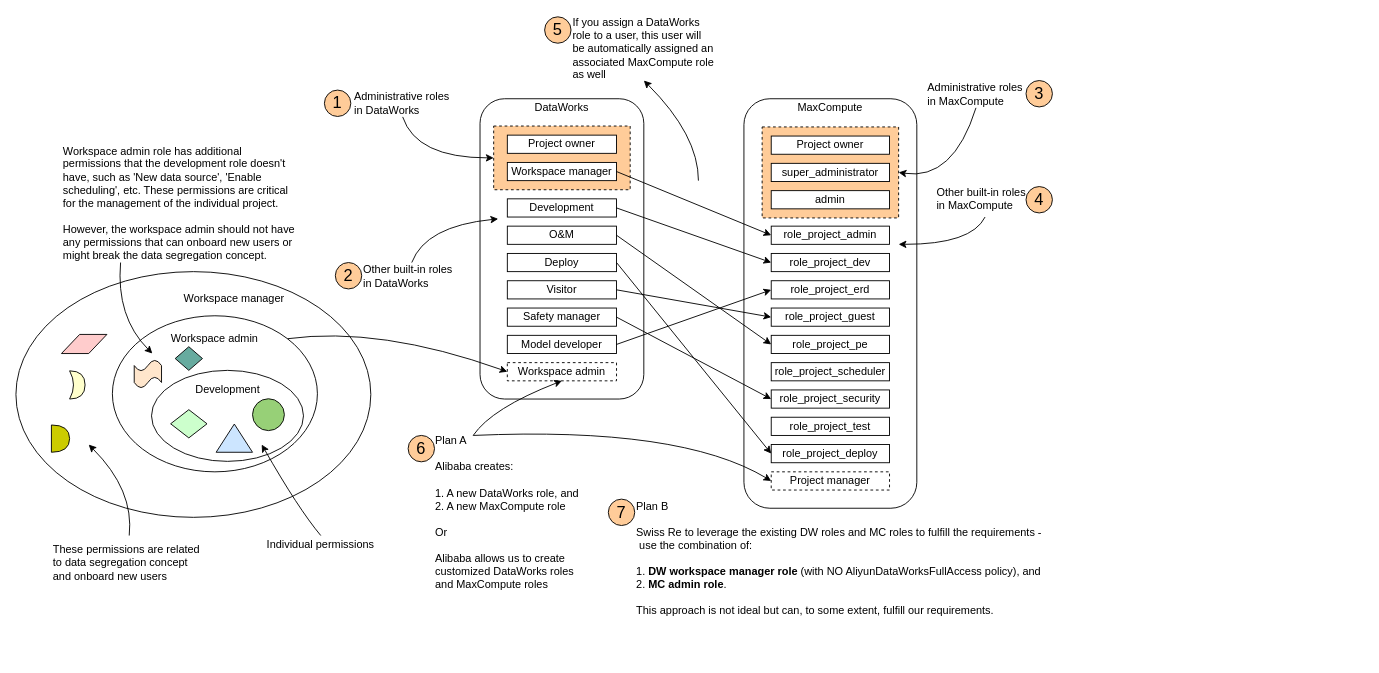
huangdgm/webstore-v2.0 keeps this draw.io diagram as user_role_model.drawio. Above is the earlier version. Source tidied: cells renumbered, new cells numbered last; positions are measured from the earlier drawing's top-left corner, leaving out a move shared by most shapes. Both pictures are drawn from the tidied source at 91%, with x=0, y=0 at pixel (15, 16).
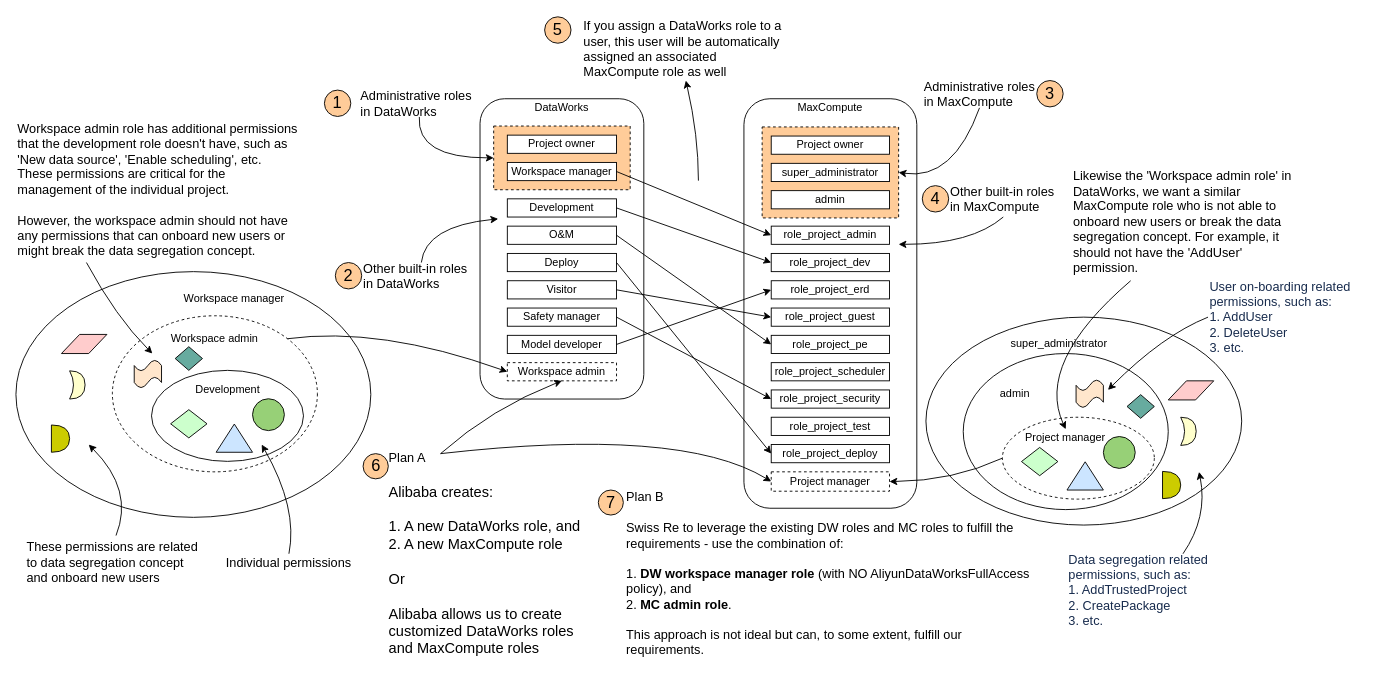
Above is the later version.

The change refers to these unchanged cells:
```xml
<mxCell id="2" style="group;" parent="1" vertex="1">
  <mxGeometry y="280" width="410" height="370" as="geometry" />
</mxCell>
<mxCell id="7" style="group;" parent="2" vertex="1">
  <mxGeometry x="106" y="48.5" width="234" height="217.5" as="geometry" />
</mxCell>
```

Diff of the diagram source:
```diff
@@
-    <mxCell id="8" style="ellipse;whiteSpace=wrap;html=1;" parent="7" vertex="1">
+    <mxCell id="8" style="ellipse;whiteSpace=wrap;html=1;dashed=1;" parent="7" vertex="1">
       <mxGeometry width="225.3" height="171.5" as="geometry" />
     </mxCell>
@@
-    <mxCell id="18" value="These permissions are related to data segregation concept and onboard new users" style="text;html=1;strokeColor=none;fillColor=none;align=left;verticalAlign=middle;whiteSpace=wrap;rounded=0;" parent="2" vertex="1">
-      <mxGeometry x="39" y="290" width="171" height="60" as="geometry" />
+    <mxCell id="18" value="&lt;font style=&quot;font-size: 14px&quot;&gt;These permissions are related to data segregation concept and onboard new users&lt;/font&gt;" style="text;html=1;strokeColor=none;fillColor=none;align=left;verticalAlign=middle;whiteSpace=wrap;rounded=0;" parent="2" vertex="1">
+      <mxGeometry x="10" y="290" width="200" height="60" as="geometry" />
     </mxCell>
@@
-    <mxCell id="20" value="Individual permissions" style="text;html=1;strokeColor=none;fillColor=none;align=center;verticalAlign=middle;whiteSpace=wrap;rounded=0;" parent="2" vertex="1">
-      <mxGeometry x="270" y="290" width="130" height="20" as="geometry" />
+    <mxCell id="20" value="&lt;font style=&quot;font-size: 14px&quot;&gt;Individual permissions&lt;/font&gt;" style="text;html=1;strokeColor=none;fillColor=none;align=center;verticalAlign=middle;whiteSpace=wrap;rounded=0;" parent="2" vertex="1">
+      <mxGeometry x="230" y="310" width="140" height="20" as="geometry" />
     </mxCell>
@@
     <mxCell id="63" style="group;" parent="1" vertex="1">
-      <mxGeometry x="339" y="80" width="141" height="30" as="geometry" />
+      <mxGeometry x="339" y="80" width="171" height="30" as="geometry" />
     </mxCell>
-    <mxCell id="64" value="Administrative roles in DataWorks" style="text;html=1;strokeColor=none;fillColor=none;align=left;verticalAlign=middle;whiteSpace=wrap;rounded=0;" parent="63" vertex="1">
-      <mxGeometry x="31" width="110" height="30" as="geometry" />
+    <mxCell id="64" value="&lt;font style=&quot;font-size: 14px&quot;&gt;Administrative roles in DataWorks&lt;/font&gt;" style="text;html=1;strokeColor=none;fillColor=none;align=left;verticalAlign=middle;whiteSpace=wrap;rounded=0;" parent="63" vertex="1">
+      <mxGeometry x="37.6" width="133.4" height="30" as="geometry" />
     </mxCell>
@@
     <mxCell id="66" style="group;" parent="1" vertex="1">
-      <mxGeometry x="351" y="270" width="139" height="30" as="geometry" />
+      <mxGeometry x="351" y="270" width="160" height="30" as="geometry" />
     </mxCell>
-    <mxCell id="67" value="Other built-in&amp;nbsp;roles in&amp;nbsp;DataWorks" style="text;html=1;strokeColor=none;fillColor=none;align=left;verticalAlign=middle;whiteSpace=wrap;rounded=0;" parent="66" vertex="1">
-      <mxGeometry x="29" width="110" height="30" as="geometry" />
+    <mxCell id="67" value="&lt;font style=&quot;font-size: 14px&quot;&gt;Other built-in&amp;nbsp;roles in&amp;nbsp;DataWorks&lt;/font&gt;" style="text;html=1;strokeColor=none;fillColor=none;align=left;verticalAlign=middle;whiteSpace=wrap;rounded=0;" parent="66" vertex="1">
+      <mxGeometry x="29" width="131" height="30" as="geometry" />
     </mxCell>
@@
     <mxCell id="69" style="group;" parent="1" vertex="1">
-      <mxGeometry x="581" width="189" height="70" as="geometry" />
+      <mxGeometry x="581" width="269" height="70" as="geometry" />
     </mxCell>
-    <mxCell id="70" value="If you assign a DataWorks role to a user, this user will be automatically assigned an associated MaxCompute role as well" style="text;html=1;strokeColor=none;fillColor=none;align=left;verticalAlign=middle;whiteSpace=wrap;rounded=0;" parent="69" vertex="1">
-      <mxGeometry x="29" width="160" height="70" as="geometry" />
+    <mxCell id="70" value="&lt;font style=&quot;font-size: 14px&quot;&gt;If you assign a DataWorks role to a user, this user will be automatically assigned an associated MaxCompute role as well&lt;/font&gt;" style="text;html=1;strokeColor=none;fillColor=none;align=left;verticalAlign=middle;whiteSpace=wrap;rounded=0;" parent="69" vertex="1">
+      <mxGeometry x="41.3" width="227.7" height="70" as="geometry" />
     </mxCell>
@@
     <mxCell id="72" style="group;" parent="1" vertex="1">
-      <mxGeometry x="1000" y="70" width="139" height="30" as="geometry" />
+      <mxGeometry x="996" y="70" width="159" height="30" as="geometry" />
     </mxCell>
-    <mxCell id="73" value="Administrative roles in MaxCompute" style="text;html=1;strokeColor=none;fillColor=none;align=left;verticalAlign=middle;whiteSpace=wrap;rounded=0;" parent="72" vertex="1">
-      <mxGeometry width="110" height="30" as="geometry" />
+    <mxCell id="73" value="&lt;font style=&quot;font-size: 14px&quot;&gt;Administrative roles in MaxCompute&lt;/font&gt;" style="text;html=1;strokeColor=none;fillColor=none;align=left;verticalAlign=middle;whiteSpace=wrap;rounded=0;" parent="72" vertex="1">
+      <mxGeometry width="125.8" height="30" as="geometry" />
     </mxCell>
     <mxCell id="74" value="&lt;font style=&quot;font-size: 18px&quot;&gt;3&lt;/font&gt;" style="ellipse;whiteSpace=wrap;html=1;fillColor=#FFCC99;" parent="72" vertex="1">
-      <mxGeometry x="110" width="29" height="29" as="geometry" />
+      <mxGeometry x="125.8" width="29" height="29" as="geometry" />
     </mxCell>
     <mxCell id="75" style="group;" parent="1" vertex="1">
-      <mxGeometry x="1010" y="180" width="129" height="40" as="geometry" />
+      <mxGeometry x="1000" y="180" width="150" height="40" as="geometry" />
     </mxCell>
-    <mxCell id="76" value="&lt;span&gt;Other built-in roles in MaxCompute&lt;/span&gt;" style="text;html=1;strokeColor=none;fillColor=none;align=left;verticalAlign=middle;whiteSpace=wrap;rounded=0;dashed=1;" parent="75" vertex="1">
-      <mxGeometry width="110" height="40" as="geometry" />
+    <mxCell id="76" value="&lt;span&gt;&lt;font style=&quot;font-size: 14px&quot;&gt;Other built-in roles in MaxCompute&lt;/font&gt;&lt;/span&gt;" style="text;html=1;strokeColor=none;fillColor=none;align=left;verticalAlign=middle;whiteSpace=wrap;rounded=0;dashed=1;" parent="75" vertex="1">
+      <mxGeometry x="25" width="120" height="40" as="geometry" />
     </mxCell>
-    <mxCell id="77" value="&lt;font style=&quot;font-size: 18px&quot;&gt;4&lt;/font&gt;" style="ellipse;whiteSpace=wrap;html=1;fillColor=#FFCC99;" parent="75" vertex="1">
-      <mxGeometry x="100" y="6.5" width="29" height="29" as="geometry" />
-    </mxCell>
     <mxCell id="78" style="group;" parent="1" vertex="1">
-      <mxGeometry x="431" y="460" width="199" height="170" as="geometry" />
+      <mxGeometry x="370" y="480" width="269" height="220" as="geometry" />
     </mxCell>
-    <mxCell id="79" value="&lt;div style=&quot;text-align: left&quot;&gt;&lt;span&gt;Plan A&lt;/span&gt;&lt;/div&gt;&lt;div style=&quot;text-align: left&quot;&gt;&lt;span&gt;&lt;br&gt;&lt;/span&gt;&lt;/div&gt;&lt;div style=&quot;text-align: left&quot;&gt;&lt;span&gt;Alibaba creates:&lt;/span&gt;&lt;/div&gt;&lt;div style=&quot;text-align: left&quot;&gt;&lt;span&gt;&lt;br&gt;&lt;/span&gt;&lt;/div&gt;&lt;div style=&quot;text-align: left&quot;&gt;&lt;span&gt;1. A new DataWorks role, and&lt;/span&gt;&lt;br&gt;&lt;span&gt;2. A new MaxCompute role&lt;/span&gt;&lt;/div&gt;&lt;div style=&quot;text-align: left&quot;&gt;&lt;span&gt;&lt;br&gt;&lt;/span&gt;&lt;/div&gt;&lt;div style=&quot;text-align: left&quot;&gt;&lt;span&gt;Or&lt;/span&gt;&lt;/div&gt;&lt;div style=&quot;text-align: left&quot;&gt;&lt;span&gt;&lt;br&gt;&lt;/span&gt;&lt;/div&gt;&lt;div style=&quot;text-align: left&quot;&gt;Alibaba allows us to create customized DataWorks roles and MaxCompute roles&lt;/div&gt;" style="text;html=1;strokeColor=none;fillColor=none;align=center;verticalAlign=middle;whiteSpace=wrap;rounded=0;dashed=1;" parent="78" vertex="1">
-      <mxGeometry x="29" width="170" height="170" as="geometry" />
+    <mxCell id="79" value="&lt;div style=&quot;text-align: left&quot;&gt;&lt;span&gt;&lt;font style=&quot;font-size: 14px&quot;&gt;Plan A&lt;/font&gt;&lt;/span&gt;&lt;/div&gt;&lt;div style=&quot;text-align: left&quot;&gt;&lt;span&gt;&lt;font size=&quot;3&quot;&gt;&lt;br&gt;&lt;/font&gt;&lt;/span&gt;&lt;/div&gt;&lt;div style=&quot;text-align: left&quot;&gt;&lt;span&gt;&lt;font size=&quot;3&quot;&gt;Alibaba creates:&lt;/font&gt;&lt;/span&gt;&lt;/div&gt;&lt;div style=&quot;text-align: left&quot;&gt;&lt;span&gt;&lt;font size=&quot;3&quot;&gt;&lt;br&gt;&lt;/font&gt;&lt;/span&gt;&lt;/div&gt;&lt;div style=&quot;text-align: left&quot;&gt;&lt;font size=&quot;3&quot;&gt;&lt;span&gt;1. A new DataWorks role, and&lt;/span&gt;&lt;br&gt;&lt;span&gt;2. A new MaxCompute role&lt;/span&gt;&lt;/font&gt;&lt;/div&gt;&lt;div style=&quot;text-align: left&quot;&gt;&lt;span&gt;&lt;font size=&quot;3&quot;&gt;&lt;br&gt;&lt;/font&gt;&lt;/span&gt;&lt;/div&gt;&lt;div style=&quot;text-align: left&quot;&gt;&lt;span&gt;&lt;font size=&quot;3&quot;&gt;Or&lt;/font&gt;&lt;/span&gt;&lt;/div&gt;&lt;div style=&quot;text-align: left&quot;&gt;&lt;span&gt;&lt;font size=&quot;3&quot;&gt;&lt;br&gt;&lt;/font&gt;&lt;/span&gt;&lt;/div&gt;&lt;div style=&quot;text-align: left&quot;&gt;&lt;font size=&quot;3&quot;&gt;Alibaba allows us to create customized DataWorks roles and MaxCompute roles&lt;/font&gt;&lt;/div&gt;" style="text;html=1;strokeColor=none;fillColor=none;align=center;verticalAlign=middle;whiteSpace=wrap;rounded=0;dashed=1;" parent="78" vertex="1">
+      <mxGeometry x="39.2" width="229.8" height="220" as="geometry" />
     </mxCell>
     <mxCell id="80" value="&lt;font style=&quot;font-size: 18px&quot;&gt;6&lt;/font&gt;" style="ellipse;whiteSpace=wrap;html=1;fillColor=#FFCC99;" parent="78" vertex="1">
-      <mxGeometry width="29" height="29" as="geometry" />
+      <mxGeometry x="11.5" width="27.7" height="27.7" as="geometry" />
     </mxCell>
-    <mxCell id="81" style="group;" parent="1" vertex="1">
-      <mxGeometry x="651" y="500" width="489" height="150" as="geometry" />
-    </mxCell>
-    <mxCell id="82" value="Project manager" style="rounded=0;whiteSpace=wrap;html=1;dashed=1;" parent="81" vertex="1">
-      <mxGeometry x="179" width="130" height="20" as="geometry" />
-    </mxCell>
-    <mxCell id="83" value="Plan B&lt;br&gt;&lt;br&gt;Swiss Re to leverage the existing DW roles and MC roles to fulfill the requirements -&amp;nbsp;use the combination of:&lt;br&gt;&lt;br&gt;1. &lt;b&gt;DW workspace manager role&lt;/b&gt; (with NO AliyunDataWorksFullAccess policy), and&amp;nbsp;&lt;br&gt;2. &lt;b&gt;MC admin role&lt;/b&gt;.&lt;br&gt;&lt;br&gt;This approach is not ideal but can, to some extent, fulfill our requirements.&amp;nbsp;" style="text;html=1;strokeColor=none;fillColor=none;align=left;verticalAlign=middle;whiteSpace=wrap;rounded=0;" parent="81" vertex="1">
-      <mxGeometry x="29" y="40" width="460" height="110" as="geometry" />
-    </mxCell>
-    <mxCell id="84" value="&lt;font style=&quot;font-size: 18px&quot;&gt;7&lt;/font&gt;" style="ellipse;whiteSpace=wrap;html=1;fillColor=#FFCC99;" parent="81" vertex="1">
-      <mxGeometry y="30" width="29" height="29" as="geometry" />
-    </mxCell>
@@
-    <mxCell id="86" value="Workspace admin role has additional permissions that the development role doesn't have, such as 'New data source', 'Enable scheduling', etc. These permissions are critical for the management of the individual project.&lt;br&gt;&lt;br&gt;However, the workspace admin should not have any permissions that can onboard new users or&lt;br&gt;might break the data segregation concept." style="text;html=1;strokeColor=none;fillColor=none;align=left;verticalAlign=middle;whiteSpace=wrap;rounded=0;" parent="1" vertex="1">
-      <mxGeometry x="50" y="140" width="260" height="130" as="geometry" />
+    <mxCell id="86" value="&lt;font style=&quot;font-size: 14px&quot;&gt;Workspace admin role has additional permissions that the development role doesn't have, such as 'New data source', 'Enable scheduling', etc. These permissions are critical for the management of the individual project.&lt;br&gt;&lt;br&gt;However, the workspace admin should not have any permissions that can onboard new users or&lt;br&gt;might break the data segregation concept.&lt;/font&gt;" style="text;html=1;strokeColor=none;fillColor=none;align=left;verticalAlign=middle;whiteSpace=wrap;rounded=0;" parent="1" vertex="1">
+      <mxGeometry y="110" width="310" height="160" as="geometry" />
     </mxCell>
@@
+    <mxCell id="88" style="group;" parent="1" vertex="1">
+      <mxGeometry x="1117" y="378.5" width="263" height="221.5" as="geometry" />
+    </mxCell>
+    <mxCell id="89" style="ellipse;whiteSpace=wrap;html=1;" parent="88" vertex="1">
+      <mxGeometry x="-117" y="-48.5" width="347" height="228.5" as="geometry" />
+    </mxCell>
+    <mxCell id="90" style="group;" parent="88" vertex="1">
+      <mxGeometry x="-76" y="-8.5" width="225.3" height="171.5" as="geometry" />
+    </mxCell>
+    <mxCell id="91" style="ellipse;whiteSpace=wrap;html=1;" parent="90" vertex="1">
+      <mxGeometry width="225.3" height="171.5" as="geometry" />
+    </mxCell>
+    <mxCell id="92" value="admin" style="text;html=1;strokeColor=none;fillColor=none;align=center;verticalAlign=middle;whiteSpace=wrap;rounded=0;" parent="90" vertex="1">
+      <mxGeometry x="29" y="35.6" width="56" height="17.2" as="geometry" />
+    </mxCell>
+    <mxCell id="93" style="shape=tape;whiteSpace=wrap;html=1;fillColor=#FFE6CC;" parent="90" vertex="1">
+      <mxGeometry x="124" y="28.7" width="30" height="31" as="geometry" />
+    </mxCell>
+    <mxCell id="94" style="ellipse;whiteSpace=wrap;html=1;fillColor=#FFFFFF;dashed=1;" parent="90" vertex="1">
+      <mxGeometry x="43" y="70" width="167" height="90" as="geometry" />
+    </mxCell>
+    <mxCell id="95" style="ellipse;whiteSpace=wrap;html=1;fillColor=#97D077;" parent="90" vertex="1">
+      <mxGeometry x="154" y="91.2" width="35" height="35" as="geometry" />
+    </mxCell>
+    <mxCell id="96" style="rhombus;whiteSpace=wrap;html=1;fillColor=#CCFFCC;" parent="90" vertex="1">
+      <mxGeometry x="64" y="103.2" width="40" height="31" as="geometry" />
+    </mxCell>
+    <mxCell id="97" value="Project manager" style="text;html=1;strokeColor=none;fillColor=none;align=center;verticalAlign=middle;whiteSpace=wrap;rounded=0;" parent="90" vertex="1">
+      <mxGeometry x="64.4" y="83.2" width="96.5" height="20" as="geometry" />
+    </mxCell>
+    <mxCell id="98" style="rhombus;whiteSpace=wrap;html=1;fillColor=#67AB9F;" parent="90" vertex="1">
+      <mxGeometry x="180" y="45.2" width="30" height="26" as="geometry" />
+    </mxCell>
+    <mxCell id="99" style="shape=parallelogram;perimeter=parallelogramPerimeter;whiteSpace=wrap;html=1;fixedSize=1;fillColor=#FFCCCC;" parent="88" vertex="1">
+      <mxGeometry x="149.3" y="21.5" width="50" height="21" as="geometry" />
+    </mxCell>
+    <mxCell id="100" style="shape=xor;whiteSpace=wrap;html=1;fillColor=#FFFFCC;" parent="88" vertex="1">
+      <mxGeometry x="163" y="61.5" width="17" height="31" as="geometry" />
+    </mxCell>
+    <mxCell id="101" style="shape=or;whiteSpace=wrap;html=1;fillColor=#CCCC00;" parent="88" vertex="1">
+      <mxGeometry x="143" y="121" width="20" height="30" as="geometry" />
+    </mxCell>
+    <mxCell id="102" style="shape=trapezoid;perimeter=trapezoidPerimeter;whiteSpace=wrap;html=1;fixedSize=1;fillColor=#CCE5FF;" parent="1" vertex="1">
+      <mxGeometry x="1155" y="489" width="40" height="31" as="geometry" />
+    </mxCell>
+    <mxCell id="103" style="curved=1;endArrow=classic;html=1;exitX=0;exitY=0.5;exitDx=0;exitDy=0;entryX=1;entryY=0.5;entryDx=0;entryDy=0;" parent="1" edge="1" source="94" target="82">
+      <mxGeometry relative="1" as="geometry">
+        <Array as="points">
+          <mxPoint x="1030" y="510" />
+        </Array>
+      </mxGeometry>
+    </mxCell>
+    <mxCell id="82" value="Project manager" style="rounded=0;whiteSpace=wrap;html=1;dashed=1;" parent="1" vertex="1">
+      <mxGeometry x="830" y="500" width="130" height="21.3" as="geometry" />
+    </mxCell>
+    <mxCell id="104" style="group;" parent="1" vertex="1">
+      <mxGeometry x="640" y="520" width="489" height="180" as="geometry" />
+    </mxCell>
+    <mxCell id="83" value="&lt;font style=&quot;font-size: 14px&quot;&gt;Plan B&lt;br&gt;&lt;br&gt;Swiss Re to leverage the existing DW roles and MC roles to fulfill the requirements -&amp;nbsp;use the combination of:&lt;br&gt;&lt;br&gt;1. &lt;b&gt;DW workspace manager role&lt;/b&gt; (with NO AliyunDataWorksFullAccess policy), and&amp;nbsp;&lt;br&gt;2. &lt;b&gt;MC admin role&lt;/b&gt;.&lt;br&gt;&lt;br&gt;This approach is not ideal but can, to some extent, fulfill our requirements.&amp;nbsp;&lt;/font&gt;" style="text;html=1;strokeColor=none;fillColor=none;align=left;verticalAlign=middle;whiteSpace=wrap;rounded=0;" parent="104" vertex="1">
+      <mxGeometry x="29" y="4" width="460" height="176" as="geometry" />
+    </mxCell>
+    <mxCell id="84" value="&lt;font style=&quot;font-size: 18px&quot;&gt;7&lt;/font&gt;" style="ellipse;whiteSpace=wrap;html=1;fillColor=#FFCC99;" parent="104" vertex="1">
+      <mxGeometry width="27.5" height="27.5" as="geometry" />
+    </mxCell>
+    <mxCell id="105" value="&lt;font style=&quot;font-size: 14px&quot;&gt;Likewise the 'Workspace admin role' in DataWorks, we want a similar MaxCompute role who is not able to onboard new users or break the data segregation concept. For example, it should not have the 'AddUser' permission.&lt;/font&gt;" style="text;html=1;strokeColor=none;fillColor=none;align=left;verticalAlign=middle;whiteSpace=wrap;rounded=0;" parent="1" vertex="1">
+      <mxGeometry x="1160" y="160" width="260" height="130" as="geometry" />
+    </mxCell>
+    <mxCell id="106" value="&lt;span style=&quot;color: rgb(23 , 43 , 77) ; font-size: 14px ; background-color: rgb(255 , 255 , 255)&quot;&gt;Data segregation related permissions, such as:&lt;br&gt;1. AddTrustedProject&lt;br&gt;2. CreatePackage&lt;br&gt;3. etc.&lt;br&gt;&lt;/span&gt;" style="text;html=1;strokeColor=none;fillColor=none;align=left;verticalAlign=middle;whiteSpace=wrap;rounded=0;" parent="1" vertex="1">
+      <mxGeometry x="1155" y="590" width="170" height="80" as="geometry" />
+    </mxCell>
+    <mxCell id="107" value="&lt;span style=&quot;color: rgb(23 , 43 , 77) ; font-size: 14px ; background-color: rgb(255 , 255 , 255)&quot;&gt;User on-boarding related permissions, such as:&lt;br&gt;1. AddUser&lt;br&gt;2. DeleteUser&lt;br&gt;3. etc.&lt;br&gt;&lt;/span&gt;" style="text;html=1;strokeColor=none;fillColor=none;align=left;verticalAlign=middle;whiteSpace=wrap;rounded=0;" parent="1" vertex="1">
+      <mxGeometry x="1310" y="290" width="170" height="80" as="geometry" />
+    </mxCell>
+    <mxCell id="77" value="&lt;font style=&quot;font-size: 18px&quot;&gt;4&lt;/font&gt;" style="ellipse;whiteSpace=wrap;html=1;fillColor=#FFCC99;" parent="1" vertex="1">
+      <mxGeometry x="996" y="185.5" width="29" height="29" as="geometry" />
+    </mxCell>
+    <mxCell id="108" style="curved=1;endArrow=classic;html=1;exitX=0.75;exitY=0;exitDx=0;exitDy=0;entryX=0.865;entryY=0.744;entryDx=0;entryDy=0;entryPerimeter=0;" parent="1" edge="1" source="106" target="89">
+      <mxGeometry relative="1" as="geometry">
+        <Array as="points">
+          <mxPoint x="1310" y="550" />
+        </Array>
+      </mxGeometry>
+    </mxCell>
+    <mxCell id="109" style="curved=1;endArrow=classic;html=1;exitX=0;exitY=0.5;exitDx=0;exitDy=0;entryX=0.706;entryY=0.233;entryDx=0;entryDy=0;entryPerimeter=0;" parent="1" edge="1" source="107" target="91">
+      <mxGeometry relative="1" as="geometry">
+        <Array as="points">
+          <mxPoint x="1260" y="350" />
+        </Array>
+      </mxGeometry>
+    </mxCell>
+    <mxCell id="110" style="curved=1;endArrow=classic;html=1;exitX=0.25;exitY=1;exitDx=0;exitDy=0;entryX=0.5;entryY=0;entryDx=0;entryDy=0;" parent="1" edge="1" source="105" target="97">
+      <mxGeometry relative="1" as="geometry">
+        <Array as="points">
+          <mxPoint x="1120" y="380" />
+        </Array>
+      </mxGeometry>
+    </mxCell>
+    <mxCell id="111" value="super_administrator" style="text;html=1;strokeColor=none;fillColor=none;align=center;verticalAlign=middle;whiteSpace=wrap;rounded=0;" parent="1" vertex="1">
+      <mxGeometry x="1090" y="350" width="112.7" height="17.2" as="geometry" />
+    </mxCell>
```
